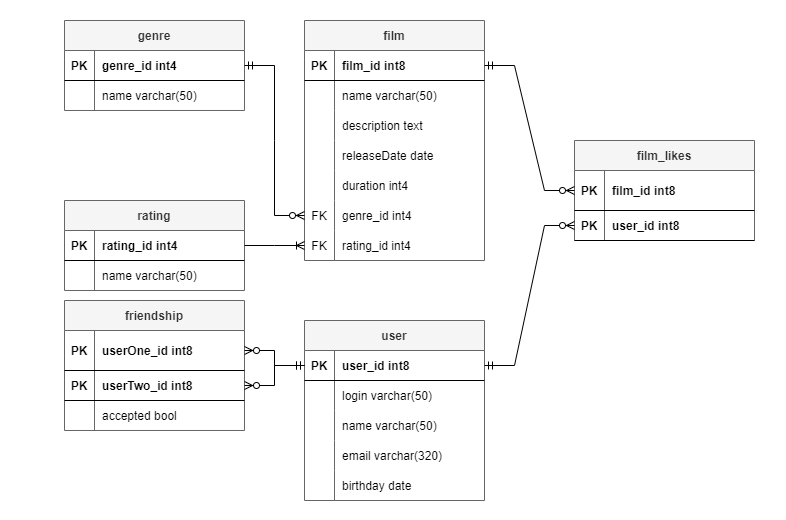
This is .github/workflows/erd.png from tonychem/java-filmorate, a draw.io export, as it was before one commit. Source tidied: cells renumbered, new cells last; positions are measured from the earlier drawing's top-left corner, leaving out a move shared by most shapes.
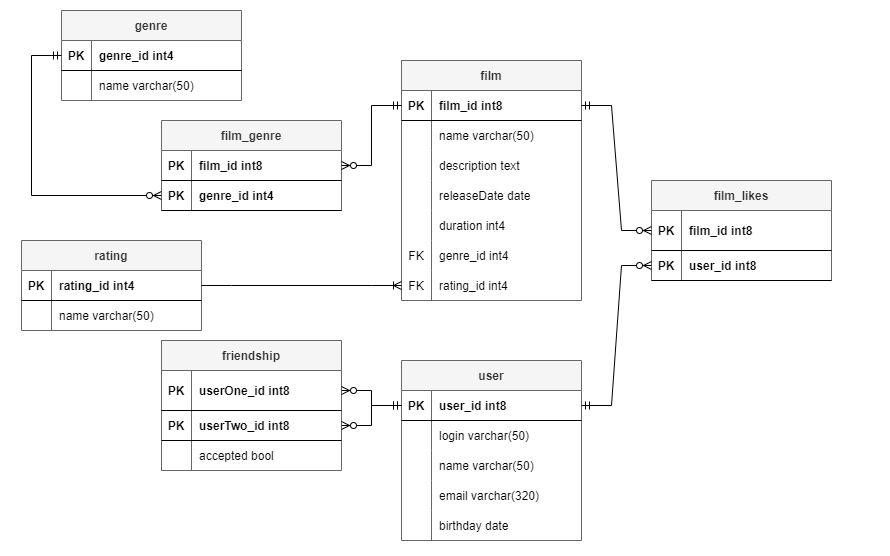
Above is the later version.

Commit message:
refactor: добавить соединительную таблицу в диаграмму

Diff of the diagram source:
```diff
@@ -3,7 +3,7 @@
     <mxCell id="0" />
     <mxCell id="1" parent="0" />
     <mxCell id="2" value="film" style="shape=table;startSize=30;rowLines=0;fontStyle=1;align=center;fillColor=#f5f5f5;strokeColor=#666666;fontColor=#333333;" parent="1" vertex="1">
-      <mxGeometry x="240" width="180" height="240" as="geometry" />
+      <mxGeometry x="349" y="30" width="180" height="240" as="geometry" />
     </mxCell>
     <mxCell id="3" style="shape=tableRow;horizontal=0;startSize=0;swimlaneHead=0;swimlaneBody=0;fillColor=none;points=[[0,0.5],[1,0.5]];portConstraint=eastwest;top=0;left=0;right=0;bottom=1;" parent="2" vertex="1">
       <mxGeometry y="30" width="180" height="30" as="geometry" />
@@ -69,7 +69,7 @@
       <mxGeometry x="30" width="150" height="30" as="geometry" />
     </mxCell>
     <mxCell id="24" value="genre" style="shape=table;startSize=30;rowLines=0;fontStyle=1;align=center;fillColor=#f5f5f5;strokeColor=#666666;fontColor=#333333;" parent="1" vertex="1">
-      <mxGeometry width="180" height="90" as="geometry" />
+      <mxGeometry x="9" y="-20" width="180" height="90" as="geometry" />
     </mxCell>
     <mxCell id="25" style="shape=tableRow;horizontal=0;startSize=0;swimlaneHead=0;swimlaneBody=0;fillColor=none;points=[[0,0.5],[1,0.5]];portConstraint=eastwest;top=0;left=0;right=0;bottom=1;" parent="24" vertex="1">
       <mxGeometry y="30" width="180" height="30" as="geometry" />
@@ -90,7 +90,7 @@
       <mxGeometry x="30" width="150" height="30" as="geometry" />
     </mxCell>
     <mxCell id="31" value="rating" style="shape=table;startSize=30;rowLines=0;fontStyle=1;align=center;fillColor=#f5f5f5;strokeColor=#666666;fontColor=#333333;" parent="1" vertex="1">
-      <mxGeometry y="180" width="180" height="90" as="geometry" />
+      <mxGeometry x="-31" y="210" width="180" height="90" as="geometry" />
     </mxCell>
     <mxCell id="32" style="shape=tableRow;horizontal=0;startSize=0;swimlaneHead=0;swimlaneBody=0;fillColor=none;points=[[0,0.5],[1,0.5]];portConstraint=eastwest;top=0;left=0;right=0;bottom=1;" parent="31" vertex="1">
       <mxGeometry y="30" width="180" height="30" as="geometry" />
@@ -111,7 +111,7 @@
       <mxGeometry x="30" width="150" height="30" as="geometry" />
     </mxCell>
     <mxCell id="38" value="film_likes" style="shape=table;startSize=30;rowLines=0;fontStyle=1;align=center;fillColor=#f5f5f5;strokeColor=#666666;fontColor=#333333;" parent="1" vertex="1">
-      <mxGeometry x="510" y="120" width="180" height="100" as="geometry" />
+      <mxGeometry x="599" y="150" width="180" height="100" as="geometry" />
     </mxCell>
     <mxCell id="39" style="shape=tableRow;horizontal=0;startSize=0;swimlaneHead=0;swimlaneBody=0;fillColor=none;points=[[0,0.5],[1,0.5]];portConstraint=eastwest;top=0;left=0;right=0;bottom=1;" parent="38" vertex="1">
       <mxGeometry y="30" width="180" height="40" as="geometry" />
@@ -132,7 +132,7 @@
       <mxGeometry x="30" width="150" height="30" as="geometry" />
     </mxCell>
     <mxCell id="45" value="user" style="shape=table;startSize=30;rowLines=0;fontStyle=1;align=center;fillColor=#f5f5f5;strokeColor=#666666;fontColor=#333333;" parent="1" vertex="1">
-      <mxGeometry x="240" y="300" width="180" height="180" as="geometry" />
+      <mxGeometry x="349" y="330" width="180" height="180" as="geometry" />
     </mxCell>
     <mxCell id="46" style="shape=tableRow;horizontal=0;startSize=0;swimlaneHead=0;swimlaneBody=0;fillColor=none;points=[[0,0.5],[1,0.5]];portConstraint=eastwest;top=0;left=0;right=0;bottom=1;" parent="45" vertex="1">
       <mxGeometry y="30" width="180" height="30" as="geometry" />
@@ -180,7 +180,7 @@
       <mxGeometry x="30" width="150" height="30" as="geometry" />
     </mxCell>
     <mxCell id="61" value="friendship" style="shape=table;startSize=30;rowLines=0;fontStyle=1;align=center;fillColor=#f5f5f5;strokeColor=#666666;fontColor=#333333;" parent="1" vertex="1">
-      <mxGeometry y="280" width="180" height="130" as="geometry" />
+      <mxGeometry x="109" y="310" width="180" height="130" as="geometry" />
     </mxCell>
     <mxCell id="62" style="shape=tableRow;horizontal=0;startSize=0;swimlaneHead=0;swimlaneBody=0;fillColor=none;points=[[0,0.5],[1,0.5]];portConstraint=eastwest;top=0;left=0;right=0;bottom=1;" parent="61" vertex="1">
       <mxGeometry y="30" width="180" height="40" as="geometry" />
@@ -224,8 +224,36 @@
     <mxCell id="75" style="edgeStyle=entityRelationEdgeStyle;fontSize=12;html=1;endArrow=ERoneToMany;rounded=0;exitX=1;exitY=0.5;exitDx=0;exitDy=0;entryX=0;entryY=0.5;entryDx=0;entryDy=0;" parent="1" edge="1" source="32" target="21">
       <mxGeometry relative="1" as="geometry" />
     </mxCell>
-    <mxCell id="76" style="edgeStyle=entityRelationEdgeStyle;fontSize=12;html=1;endArrow=ERzeroToMany;startArrow=ERmandOne;rounded=0;entryX=0;entryY=0.5;entryDx=0;entryDy=0;exitX=1;exitY=0.5;exitDx=0;exitDy=0;" parent="1" edge="1" source="25" target="18">
-      <mxGeometry relative="1" as="geometry" />
-    </mxCell>
+    <mxCell id="77" value="film_genre" style="shape=table;startSize=30;rowLines=0;fontStyle=1;align=center;fillColor=#f5f5f5;strokeColor=#666666;fontColor=#333333;" parent="1" vertex="1">
+      <mxGeometry x="109" y="90" width="180" height="90" as="geometry" />
+    </mxCell>
+    <mxCell id="78" style="shape=tableRow;horizontal=0;startSize=0;swimlaneHead=0;swimlaneBody=0;fillColor=none;points=[[0,0.5],[1,0.5]];portConstraint=eastwest;top=0;left=0;right=0;bottom=1;" parent="77" vertex="1">
+      <mxGeometry y="30" width="180" height="30" as="geometry" />
+    </mxCell>
+    <mxCell id="79" value="PK" style="shape=partialRectangle;fillColor=none;top=0;left=0;bottom=0;right=0;fontStyle=1;overflow=hidden;" parent="78" vertex="1">
+      <mxGeometry width="30" height="30" as="geometry" />
+    </mxCell>
+    <mxCell id="80" value="film_id int8" style="shape=partialRectangle;fillColor=none;top=0;left=0;bottom=0;right=0;align=left;spacingLeft=6;fontStyle=1;overflow=hidden;" parent="78" vertex="1">
+      <mxGeometry x="30" width="150" height="30" as="geometry" />
+    </mxCell>
+    <mxCell id="81" style="shape=tableRow;horizontal=0;startSize=0;swimlaneHead=0;swimlaneBody=0;fillColor=none;points=[[0,0.5],[1,0.5]];portConstraint=eastwest;top=0;left=0;right=0;bottom=1;" parent="77" vertex="1">
+      <mxGeometry y="60" width="180" height="30" as="geometry" />
+    </mxCell>
+    <mxCell id="82" value="PK" style="shape=partialRectangle;fillColor=none;top=0;left=0;bottom=0;right=0;fontStyle=1;overflow=hidden;" parent="81" vertex="1">
+      <mxGeometry width="30" height="30" as="geometry" />
+    </mxCell>
+    <mxCell id="83" value="genre_id int4" style="shape=partialRectangle;fillColor=none;top=0;left=0;bottom=0;right=0;align=left;spacingLeft=6;fontStyle=1;overflow=hidden;" parent="81" vertex="1">
+      <mxGeometry x="30" width="150" height="30" as="geometry" />
+    </mxCell>
+    <mxCell id="84" style="edgeStyle=entityRelationEdgeStyle;fontSize=12;html=1;endArrow=ERzeroToMany;startArrow=ERmandOne;rounded=0;exitX=0;exitY=0.5;exitDx=0;exitDy=0;" parent="1" edge="1" source="3" target="78">
+      <mxGeometry relative="1" as="geometry" />
+    </mxCell>
+    <mxCell id="85" style="fontSize=12;html=1;endArrow=ERzeroToMany;startArrow=ERmandOne;rounded=0;entryX=0;entryY=0.5;entryDx=0;entryDy=0;exitX=0;exitY=0.5;exitDx=0;exitDy=0;edgeStyle=elbowEdgeStyle;" parent="1" edge="1" source="25" target="81">
+      <mxGeometry relative="1" as="geometry">
+        <Array as="points">
+          <mxPoint x="-21" y="90" />
+        </Array>
+      </mxGeometry>
+    </mxCell>
   </root>
 </mxGraphModel>
```
